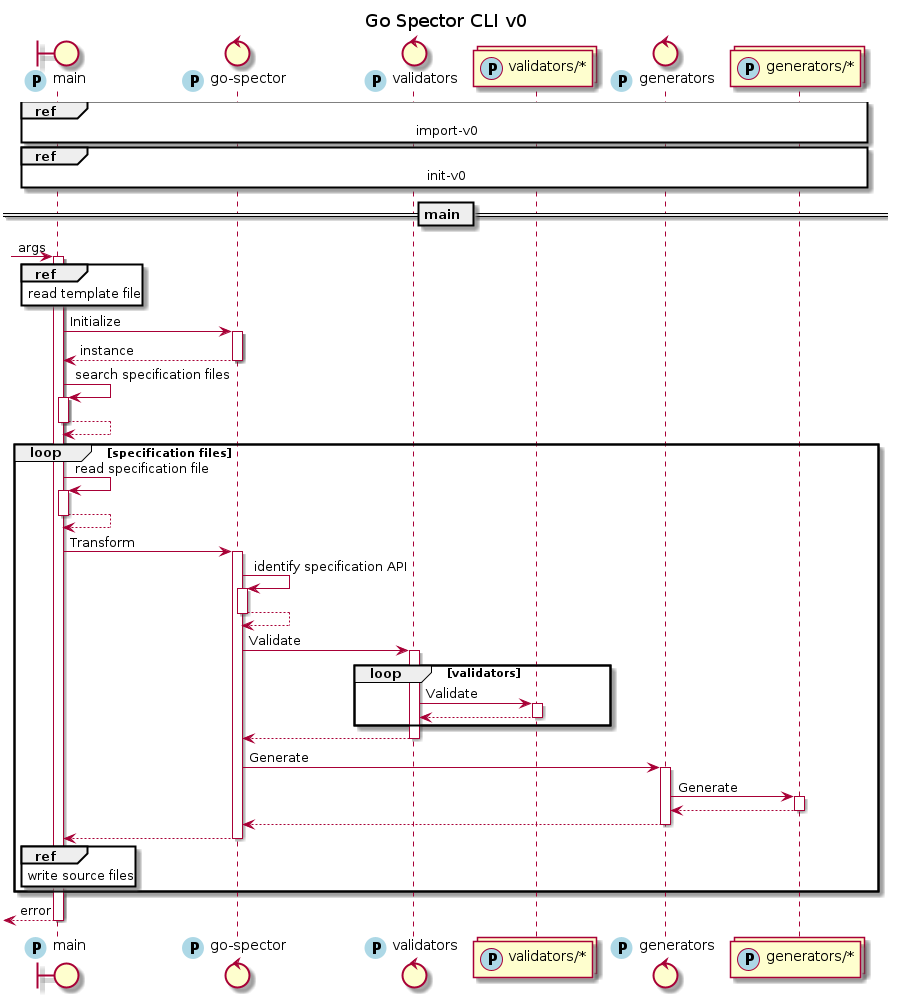
Earlier version of the PlantUML export diagrams/sequence.png (go-spector/go-spector). The source it was exported from:
```plantuml
@startuml sequence
autoactivate on


boundary "main" as Main << (P,LightBlue) >>
control "go-spector" as GoSpector << (P,LightBlue) >>
control "validators" as Validators << (P,LightBlue) >>
collections "validators/*" as ValidatorsCollection << (P,LightBlue) >>
control "generators" as Generators << (P,LightBlue) >>
collections "generators/*" as GeneratorsCollection << (P,LightBlue) >>

ref over Main, GeneratorsCollection: import-v0

ref over Main, GeneratorsCollection: init-v0

== main ==
?-> Main : args

ref over Main : read template file

Main -> GoSpector : Initialize
return instance

Main -> Main : search specification files
return

loop specification files
  Main -> Main : read specification file
  return

  Main -> GoSpector : Transform
  GoSpector -> GoSpector : identify specification API
  return
  GoSpector -> Validators : Validate
    loop validators
      Validators -> ValidatorsCollection : Validate
      return
    end
  return

  GoSpector -> Generators : Generate
  Generators -> GeneratorsCollection : Generate
  return
  return
  return
  ref over Main : write source files
end


?<-- Main -- : error

title Go Spector CLI v0
@enduml
```
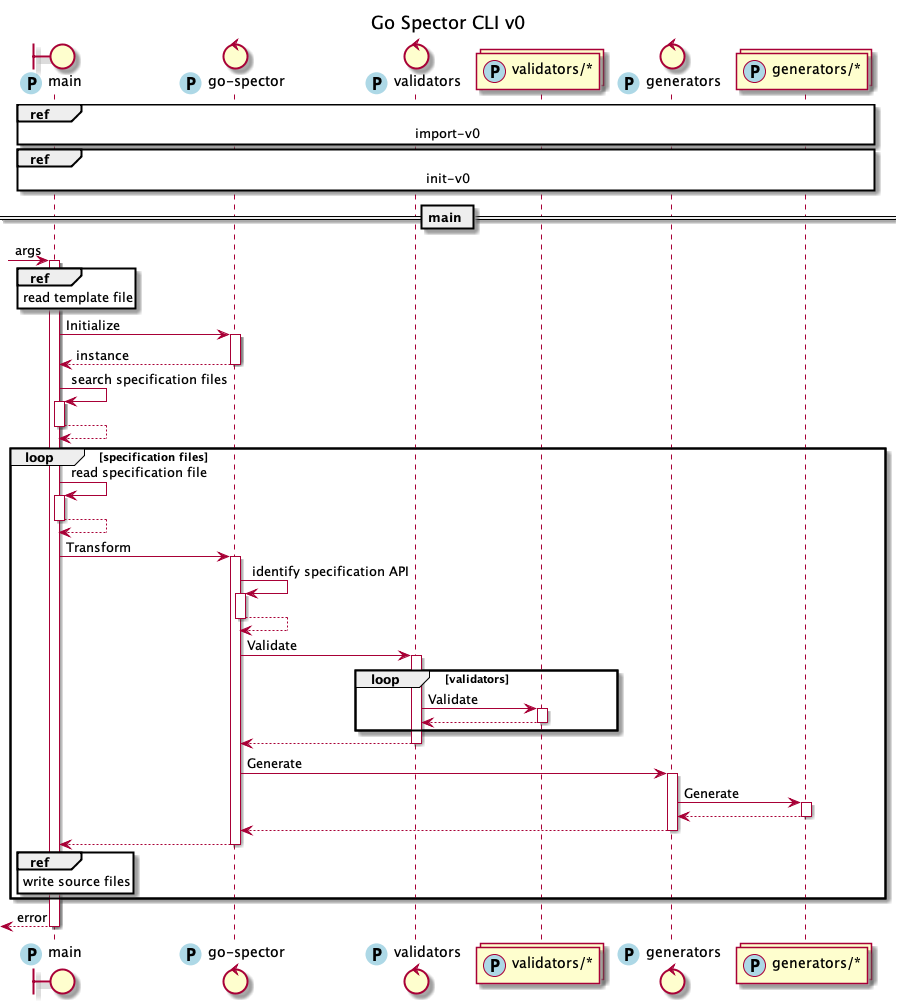
After the commit.

Diff of the diagram source:
```diff
@@ -1,17 +1,23 @@
 @startuml sequence
 autoactivate on
 
+!$compact = %true()
 
-boundary "main" as Main << (P,LightBlue) >>
-control "go-spector" as GoSpector << (P,LightBlue) >>
-control "validators" as Validators << (P,LightBlue) >>
-collections "validators/*" as ValidatorsCollection << (P,LightBlue) >>
-control "generators" as Generators << (P,LightBlue) >>
-collections "generators/*" as GeneratorsCollection << (P,LightBlue) >>
+!include components-v0.iuml
 
+!if ($compact == %true())
 ref over Main, GeneratorsCollection: import-v0
+!else
+== import ==
+!include import-v0.puml
+!endif
 
+!if ($compact == %true())
 ref over Main, GeneratorsCollection: init-v0
+!else
+== init ==
+!include init-v0.puml
+!endif
 
 == main ==
 ?-> Main : args
```
